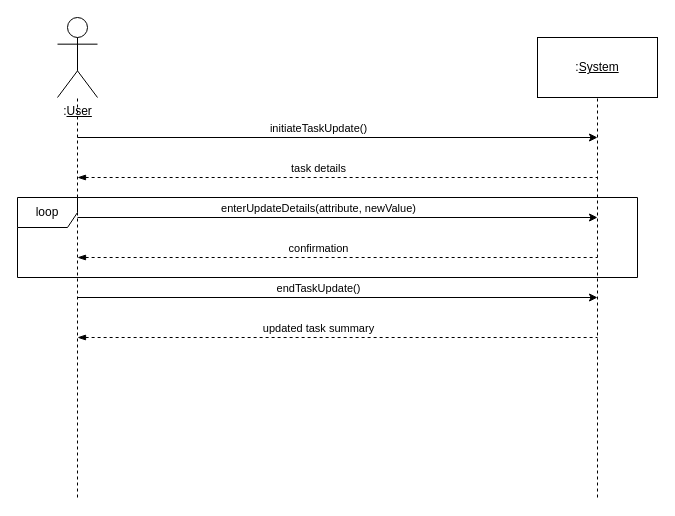
Above: updateTask() Sequece Diagram.drawio in wmbx-28/SOEN342_Project (draw.io), before the change. Source tidied: cells renumbered, new cells numbered last; positions are measured from the earlier drawing's top-left corner, leaving out a move shared by most shapes. Both pictures are drawn from the tidied source at 100%, with x=0, y=0 at pixel (17, 17).
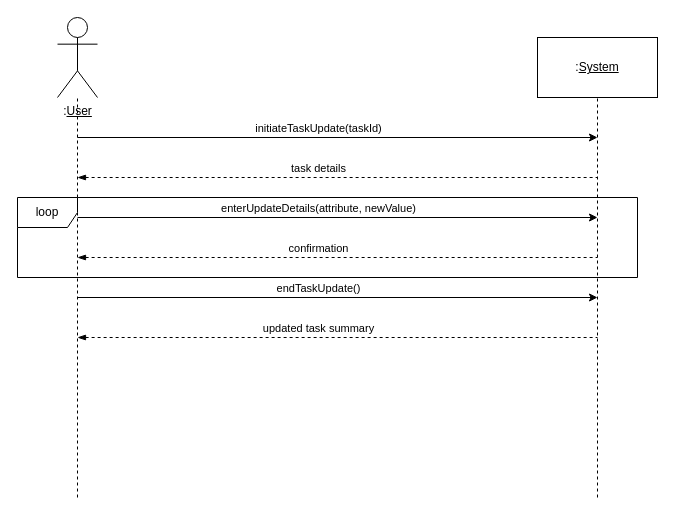
The same page after the edit.

Commit message (it also covers changes not shown here):
quick fix on updateTask() sequence diagram

The change refers to these unchanged cells:
```xml
<mxCell id="6" style="endArrow=classic;html=1;rounded=0;" parent="1" edge="1">
  <mxGeometry relative="1" as="geometry">
    <mxPoint x="60" y="120" as="sourcePoint" />
    <mxPoint x="580" y="120" as="targetPoint" />
  </mxGeometry>
</mxCell>
```

The edit, as a diff of the source:
```diff
@@
-    <mxCell id="7" value="initiateTaskUpdate()" style="edgeLabel;html=1;align=center;verticalAlign=middle;" parent="6" vertex="1">
+    <mxCell id="7" value="initiateTaskUpdate(taskId)" style="edgeLabel;html=1;align=center;verticalAlign=middle;" parent="6" vertex="1">
       <mxGeometry x="-0.03" relative="1" as="geometry">
         <mxPoint x="-12" y="-10" as="offset" />
       </mxGeometry>
     </mxCell>
```
